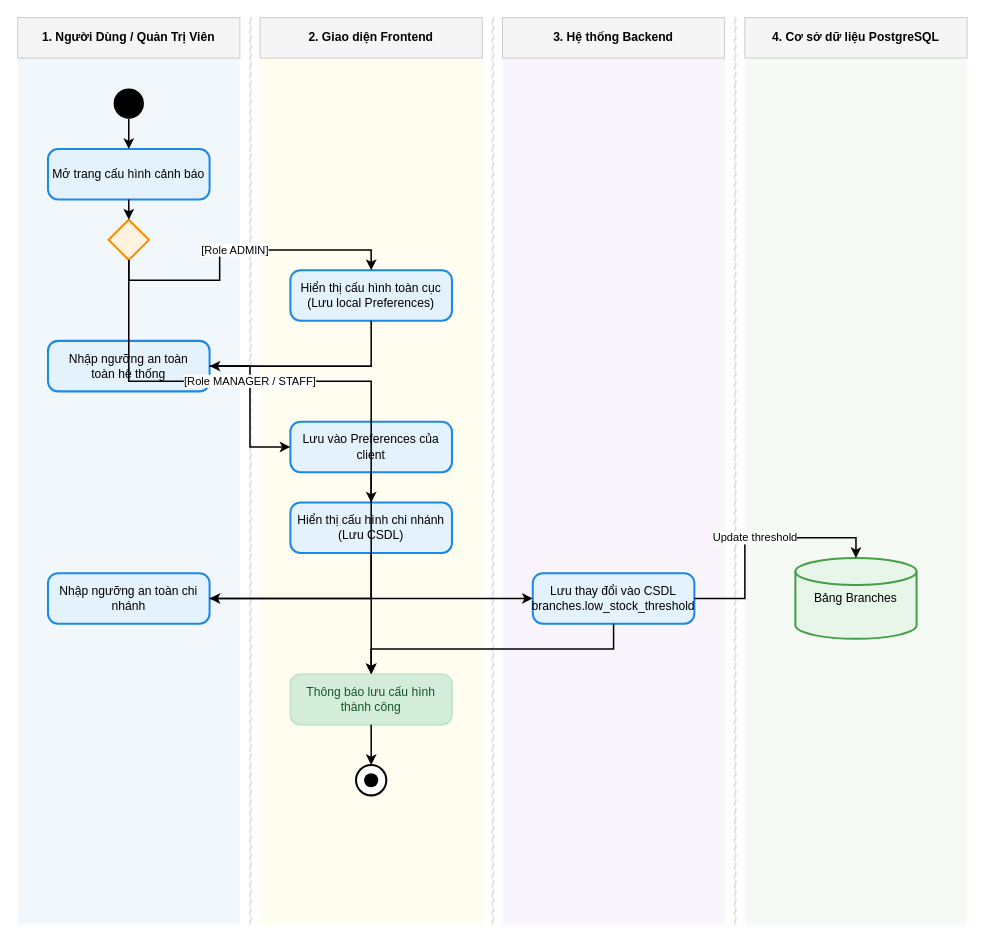
Above: diagrams/chuc_nang_cau_hinh_nguong_canh_bao.drawio in Nghiatv2006/KhoHang (draw.io), before the change. Source tidied: cells renumbered, new cells numbered last; positions are measured from the earlier drawing's top-left corner, leaving out a move shared by most shapes. Both pictures are drawn from the tidied source at 101%, with x=0, y=0 at pixel (17, 17).
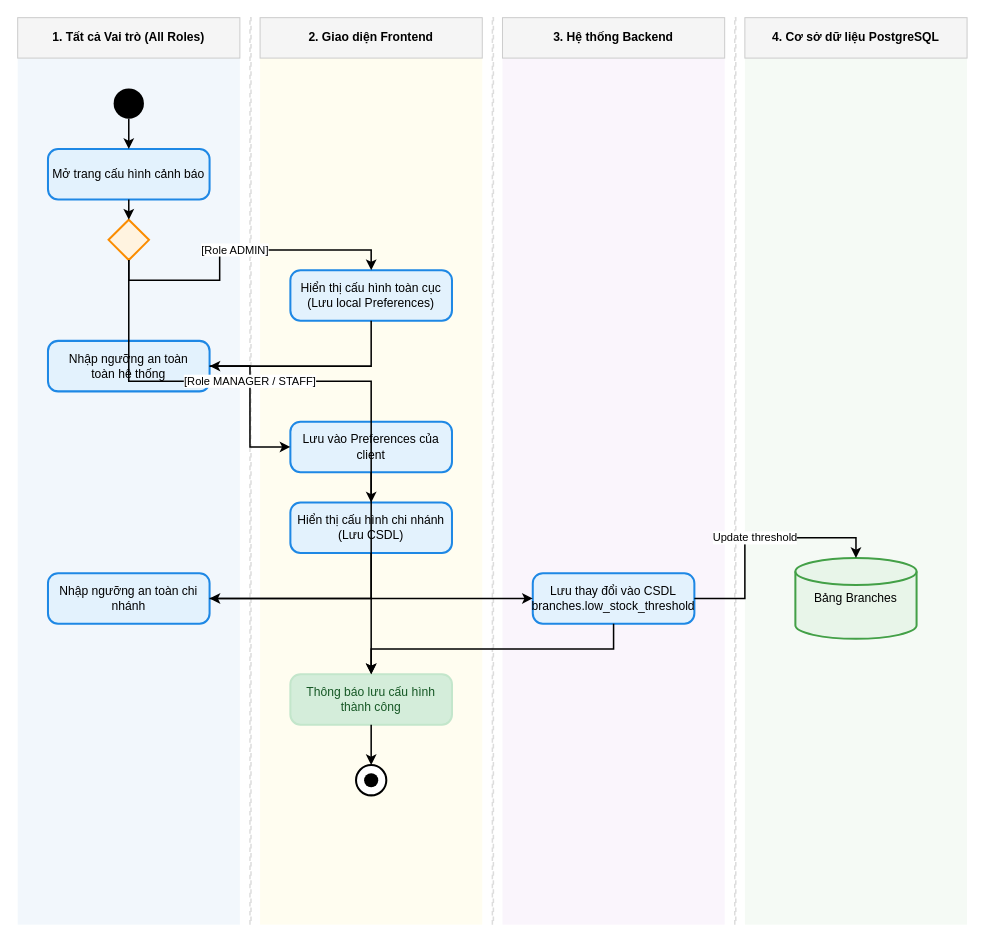
After the change.

What changed in the source:
```diff
@@
-    <mxCell id="6" value="1. Người Dùng / Quản Trị Viên" style="fillColor=#f5f5f5;strokeColor=#cccccc;fontStyle=1;align=center;whiteSpace=wrap;html=1;" parent="1" vertex="1">
+    <mxCell id="6" value="1. Tất cả Vai trò (All Roles)" style="fillColor=#f5f5f5;strokeColor=#cccccc;fontStyle=1;align=center;whiteSpace=wrap;html=1;" parent="1" vertex="1">
       <mxGeometry width="220" height="40" as="geometry" />
     </mxCell>
```
